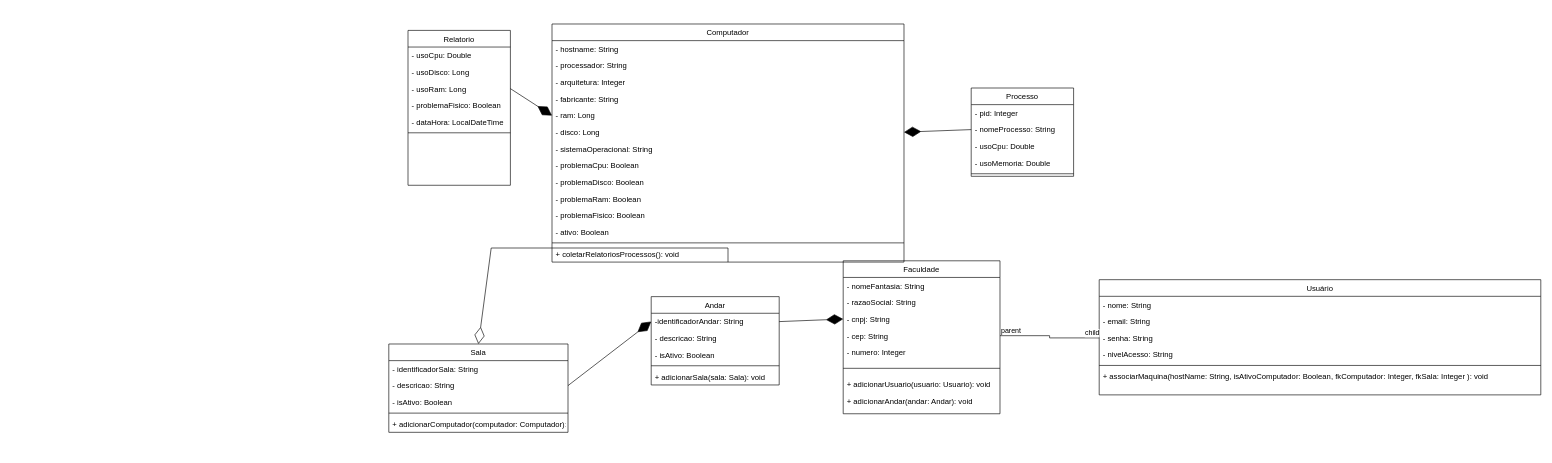
Before: Diagrama de classes CyberVision.drawio in CyberVision-ADSC/CyberVision-Arquivos, a draw.io diagram. Source tidied: cells renumbered, new cells numbered last; positions are measured from the earlier drawing's top-left corner, leaving out a move shared by most shapes. Both pictures are drawn from the tidied source at 64%, with x=0, y=0 at pixel (388, 24).
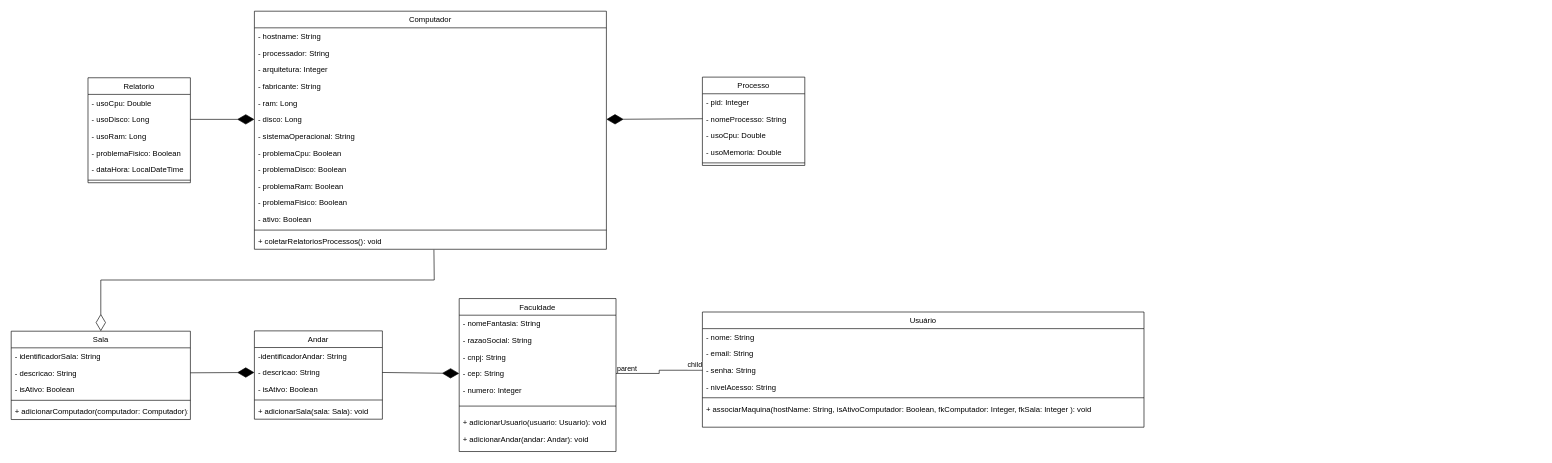
Above is the later version.

Commit message (it also covers changes not shown here):
Subindo banco e diagrama de classes atualizado

The change refers to these unchanged cells:
```xml
<mxCell id="3" value="-identificadorAndar: String" style="text;align=left;verticalAlign=top;spacingLeft=4;spacingRight=4;overflow=hidden;points=[[0,0.5],[1,0.5]];portConstraint=eastwest;" parent="2" vertex="1">
  <mxGeometry y="26" width="200" height="26" as="geometry" />
</mxCell>
<mxCell id="4" value="- descricao: String" style="text;align=left;verticalAlign=top;spacingLeft=4;spacingRight=4;overflow=hidden;points=[[0,0.5],[1,0.5]];portConstraint=eastwest;rounded=0;shadow=0;html=0;" parent="2" vertex="1">
  <mxGeometry y="52" width="200" height="26" as="geometry" />
</mxCell>
<mxCell id="11" value="- cnpj: String" style="text;align=left;verticalAlign=top;spacingLeft=4;spacingRight=4;overflow=hidden;points=[[0,0.5],[1,0.5]];portConstraint=eastwest;rounded=0;shadow=0;html=0;" parent="8" vertex="1">
  <mxGeometry y="78" width="245" height="26" as="geometry" />
</mxCell>
<mxCell id="12" value="- cep: String" style="text;align=left;verticalAlign=top;spacingLeft=4;spacingRight=4;overflow=hidden;points=[[0,0.5],[1,0.5]];portConstraint=eastwest;rounded=0;shadow=0;html=0;" parent="8" vertex="1">
  <mxGeometry y="104" width="245" height="26" as="geometry" />
</mxCell>
<mxCell id="19" value="- descricao: String" style="text;align=left;verticalAlign=top;spacingLeft=4;spacingRight=4;overflow=hidden;points=[[0,0.5],[1,0.5]];portConstraint=eastwest;rounded=0;shadow=0;html=0;" parent="17" vertex="1">
  <mxGeometry y="52" width="280" height="26" as="geometry" />
</mxCell>
<mxCell id="28" value="- ram: Long" style="text;align=left;verticalAlign=top;spacingLeft=4;spacingRight=4;overflow=hidden;points=[[0,0.5],[1,0.5]];portConstraint=eastwest;rounded=0;shadow=0;html=0;" parent="23" vertex="1">
  <mxGeometry y="130" width="550" height="26" as="geometry" />
</mxCell>
<mxCell id="29" value="- disco: Long" style="text;align=left;verticalAlign=top;spacingLeft=4;spacingRight=4;overflow=hidden;points=[[0,0.5],[1,0.5]];portConstraint=eastwest;rounded=0;shadow=0;html=0;" parent="23" vertex="1">
  <mxGeometry y="156" width="550" height="26" as="geometry" />
</mxCell>
<mxCell id="37" value="+ coletarRelatoriosProcessos(): void&#10;" style="text;align=left;verticalAlign=top;spacingLeft=4;spacingRight=4;overflow=hidden;points=[[0,0.5],[1,0.5]];portConstraint=eastwest;" parent="23" vertex="1">
  <mxGeometry y="346" width="550" height="26" as="geometry" />
</mxCell>
<mxCell id="40" value="- nomeProcesso: String" style="text;align=left;verticalAlign=top;spacingLeft=4;spacingRight=4;overflow=hidden;points=[[0,0.5],[1,0.5]];portConstraint=eastwest;rounded=0;shadow=0;html=0;" parent="38" vertex="1">
  <mxGeometry y="52" width="160" height="26" as="geometry" />
</mxCell>
<mxCell id="46" value="- usoDisco: Long" style="text;align=left;verticalAlign=top;spacingLeft=4;spacingRight=4;overflow=hidden;points=[[0,0.5],[1,0.5]];portConstraint=eastwest;" parent="44" vertex="1">
  <mxGeometry y="52" width="160" height="26" as="geometry" />
</mxCell>
<mxCell id="47" value="- usoRam: Long" style="text;align=left;verticalAlign=top;spacingLeft=4;spacingRight=4;overflow=hidden;points=[[0,0.5],[1,0.5]];portConstraint=eastwest;" parent="44" vertex="1">
  <mxGeometry y="78" width="160" height="26" as="geometry" />
</mxCell>
```

What changed in the source:
```diff
@@
     <mxCell id="2" value="Andar" style="swimlane;fontStyle=0;align=center;verticalAlign=top;horizontal=1;startSize=26;rounded=0;shadow=0;strokeWidth=1;" parent="1" vertex="1">
-      <mxGeometry x="410" y="426" width="200" height="138" as="geometry" />
+      <mxGeometry x="-210" y="479.5" width="200" height="138" as="geometry" />
     </mxCell>
@@
     <mxCell id="8" value="Faculdade" style="swimlane;fontStyle=0;align=center;verticalAlign=top;horizontal=1;startSize=26;rounded=0;shadow=0;strokeWidth=1;" parent="1" vertex="1">
-      <mxGeometry x="710" y="370" width="245" height="239" as="geometry" />
+      <mxGeometry x="110" y="429" width="245" height="239" as="geometry" />
     </mxCell>
@@
     <mxCell id="17" value="Sala" style="swimlane;fontStyle=0;align=center;verticalAlign=top;horizontal=1;startSize=26;rounded=0;shadow=0;strokeWidth=1;" parent="1" vertex="1">
-      <mxGeometry y="500" width="280" height="138" as="geometry" />
+      <mxGeometry x="-590" y="480" width="280" height="138" as="geometry" />
     </mxCell>
@@
     <mxCell id="23" value="Computador" style="swimlane;fontStyle=0;align=center;verticalAlign=top;horizontal=1;startSize=26;rounded=0;shadow=0;strokeWidth=1;" parent="1" vertex="1">
-      <mxGeometry x="255" width="550" height="372" as="geometry" />
+      <mxGeometry x="-210" y="-20" width="550" height="372" as="geometry" />
     </mxCell>
@@
     <mxCell id="38" value="Processo" style="swimlane;fontStyle=0;align=center;verticalAlign=top;horizontal=1;startSize=26;rounded=0;shadow=0;strokeWidth=1;" parent="1" vertex="1">
-      <mxGeometry x="910" y="100" width="160" height="138" as="geometry" />
+      <mxGeometry x="490" y="83" width="160" height="138" as="geometry" />
     </mxCell>
@@
     <mxCell id="44" value="Relatorio" style="swimlane;fontStyle=0;align=center;verticalAlign=top;horizontal=1;startSize=26;rounded=0;shadow=0;strokeWidth=1;" parent="1" vertex="1">
-      <mxGeometry x="30" y="10" width="160" height="242" as="geometry" />
+      <mxGeometry x="-470" y="84" width="160" height="164" as="geometry" />
     </mxCell>
@@
     <mxCell id="51" value="Usuário" style="swimlane;fontStyle=0;align=center;verticalAlign=top;horizontal=1;startSize=26;rounded=0;shadow=0;strokeWidth=1;" parent="1" vertex="1">
-      <mxGeometry x="1110" y="399.5" width="690" height="180" as="geometry" />
+      <mxGeometry x="490" y="450" width="690" height="180" as="geometry" />
     </mxCell>
@@
-    <mxCell id="58" style="endArrow=diamondThin;endFill=1;endSize=24;html=1;rounded=0;entryX=0;entryY=0.5;entryDx=0;entryDy=0;exitX=1;exitY=0.5;exitDx=0;exitDy=0;" parent="1" edge="1" source="3" target="11">
-      <mxGeometry relative="1" as="geometry" />
-    </mxCell>
-    <mxCell id="59" style="endArrow=diamondThin;endFill=1;endSize=24;html=1;rounded=0;entryX=0;entryY=0.5;entryDx=0;entryDy=0;exitX=1;exitY=0.5;exitDx=0;exitDy=0;" parent="1" edge="1" source="19" target="3">
-      <mxGeometry relative="1" as="geometry" />
-    </mxCell>
-    <mxCell id="60" style="endArrow=diamondThin;endFill=1;endSize=24;html=1;rounded=0;entryX=0;entryY=0.5;entryDx=0;entryDy=0;exitX=1;exitY=0.5;exitDx=0;exitDy=0;" parent="1" edge="1" source="47" target="28">
-      <mxGeometry relative="1" as="geometry" />
-    </mxCell>
-    <mxCell id="61" style="endArrow=diamondThin;endFill=1;endSize=24;html=1;rounded=0;entryX=1;entryY=0.5;entryDx=0;entryDy=0;exitX=0;exitY=0.5;exitDx=0;exitDy=0;" parent="1" edge="1" source="40" target="29">
-      <mxGeometry relative="1" as="geometry" />
-    </mxCell>
-    <mxCell id="62" style="endArrow=diamondThin;endFill=0;endSize=24;html=1;rounded=0;entryX=0.5;entryY=0;entryDx=0;entryDy=0;exitX=0.5;exitY=1;exitDx=0;exitDy=0;" parent="1" edge="1" source="23" target="17">
-      <mxGeometry relative="1" as="geometry">
-        <Array as="points">
-          <mxPoint x="530" y="350" />
-          <mxPoint x="160" y="350" />
-        </Array>
-      </mxGeometry>
-    </mxCell>
@@
+    <mxCell id="66" style="endArrow=diamondThin;endFill=1;endSize=24;html=1;rounded=0;entryX=0;entryY=0.5;entryDx=0;entryDy=0;exitX=1;exitY=0.5;exitDx=0;exitDy=0;" parent="1" edge="1" source="4" target="12">
+      <mxGeometry relative="1" as="geometry" />
+    </mxCell>
+    <mxCell id="67" style="endArrow=diamondThin;endFill=1;endSize=24;html=1;rounded=0;exitX=1;exitY=0.5;exitDx=0;exitDy=0;entryX=0;entryY=0.5;entryDx=0;entryDy=0;" parent="1" edge="1" source="19" target="4">
+      <mxGeometry relative="1" as="geometry" />
+    </mxCell>
+    <mxCell id="68" style="endArrow=diamondThin;endFill=0;endSize=24;html=1;rounded=0;entryX=0.5;entryY=0;entryDx=0;entryDy=0;exitX=0.51;exitY=1.029;exitDx=0;exitDy=0;exitPerimeter=0;" parent="1" edge="1" source="37" target="17">
+      <mxGeometry relative="1" as="geometry">
+        <Array as="points">
+          <mxPoint x="71" y="400" />
+          <mxPoint x="-450" y="400" />
+        </Array>
+      </mxGeometry>
+    </mxCell>
+    <mxCell id="61" style="endArrow=diamondThin;endFill=1;endSize=24;html=1;rounded=0;entryX=1;entryY=0.5;entryDx=0;entryDy=0;exitX=0;exitY=0.5;exitDx=0;exitDy=0;" parent="1" edge="1" source="40" target="29">
+      <mxGeometry relative="1" as="geometry" />
+    </mxCell>
+    <mxCell id="69" style="endArrow=diamondThin;endFill=1;endSize=24;html=1;rounded=0;entryX=0;entryY=0.5;entryDx=0;entryDy=0;exitX=1;exitY=0.5;exitDx=0;exitDy=0;" parent="1" edge="1" source="46" target="29">
+      <mxGeometry relative="1" as="geometry" />
+    </mxCell>
```
